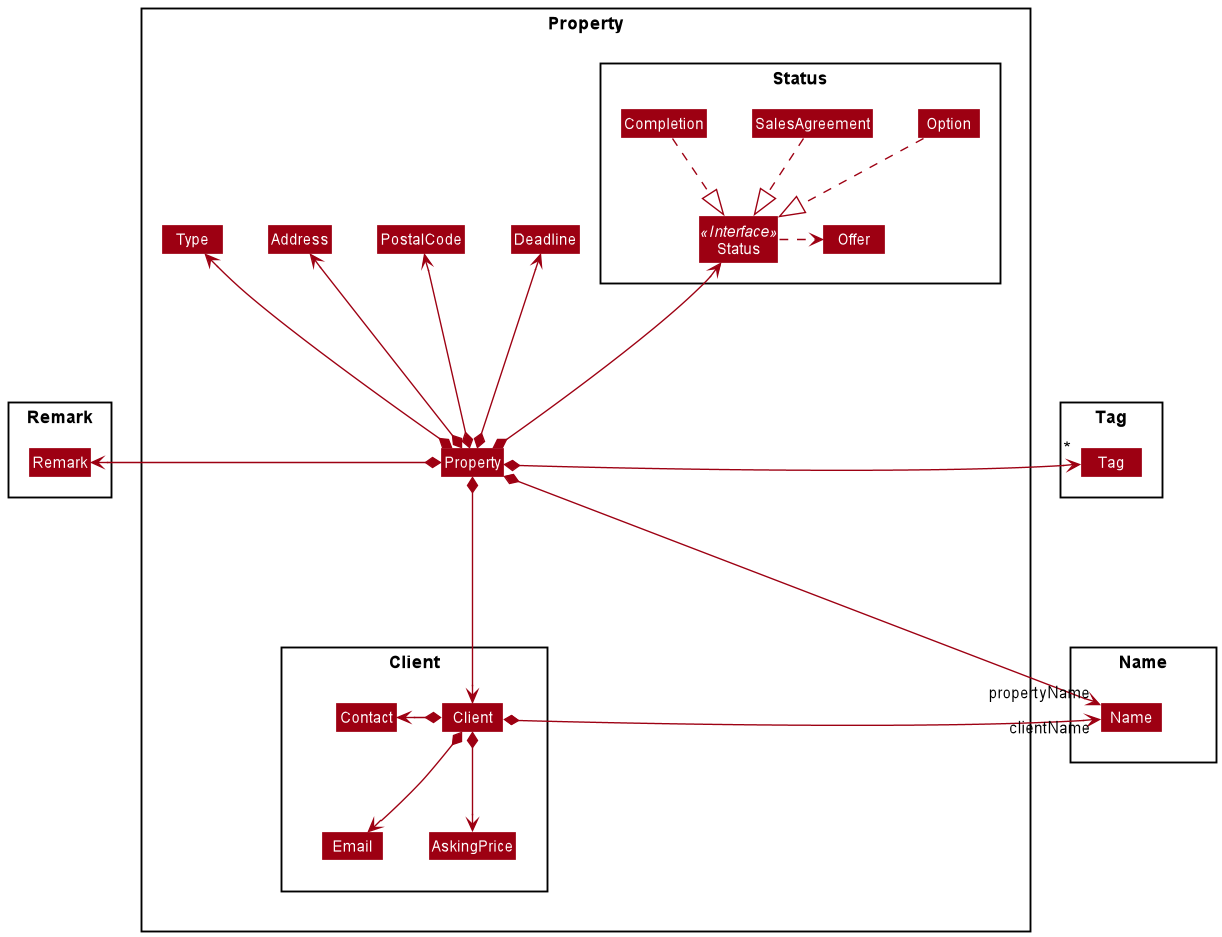
Earlier version of the PlantUML export docs/images/PropertyClassDiagram.png (nus-cs2103-AY2021S2/tp).
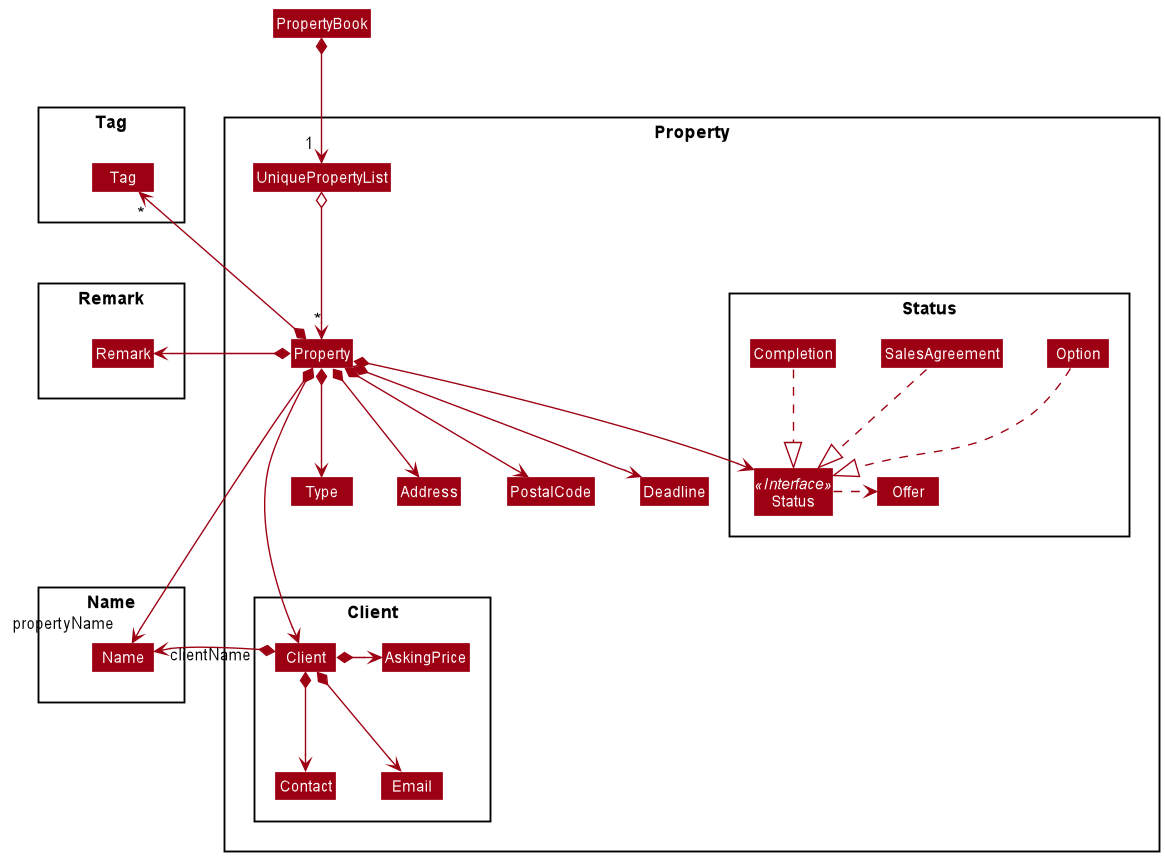
After the commit.

What changed in the source:
```diff
@@ -10,6 +10,7 @@
 Class Address
 Class PostalCode
 Class Deadline
+Class UniquePropertyList
 
 Package Client as ClientPackage {
 Class Client
@@ -40,35 +41,37 @@
 Class Tag
 }
 
-Property *--up-> Type
-Property *--up-> Address
-Property *--up-> PostalCode
-Property *--up-> Deadline
+Class PropertyBook
+PropertyBook *--> "1 " UniquePropertyList
 
-Property *--up-> Status
+UniquePropertyList o--> "*" Property
+
+Property *--> Type
+Property *--> Address
+Property *--> PostalCode
+Property *--> Deadline
+
+Property *--> Status
 Option ..|> Status
 SalesAgreement ..|> Status
 Completion ..|> Status
 Status .right.> Offer
 
+Property *-up-> "*" Tag
 Property *-left-> Remark
-Property *-down-> "propertyName" Name : ""
-Property *--down-> Client
-Property *-right-> "*" Tag
+Property *--> " propertyName" Name : ""
+Property *---> Client
 
-Client *-r-> "clientName" Name
-Client *-left-> Contact
-Client *--> Email
-Client *--> AskingPrice
+Client *-right-> " clientName" Name
+Client *-down-> Contact
+Client *-down-> Email
+Client *-right-> AskingPrice
 
 Type -[hidden]right-> Address
 Address -[hidden]right-> PostalCode
 PostalCode -[hidden]right-> Deadline
 Deadline -[hidden]right-> Status
 
-Type -[hidden]down-> Remark
-Remark -[hidden]down-> ClientPackage
-Status -[hidden]down-> Tag
-Tag -[hidden]down-> NamePackage
-
+TagPackage -[hidden]down-> RemarkPackage
+RemarkPackage -[hidden]down-> NamePackage
 @enduml
```
